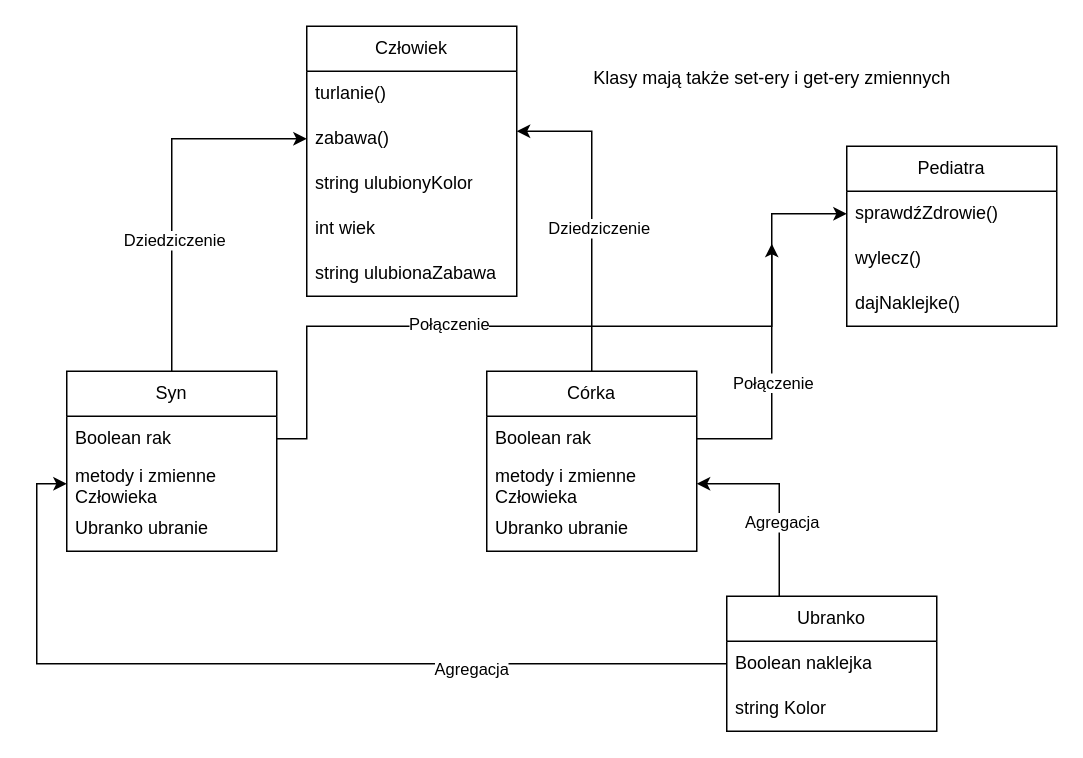
The draw.io diagram PSiO lab 4 - diagram.drawio in JanMaciuk/PSiO_Lab_4, before the edit. Source tidied: cells renumbered, new cells numbered last; positions are measured from the earlier drawing's top-left corner, leaving out a move shared by most shapes. Both pictures are drawn from the tidied source at 150%, with x=0, y=0 at pixel (66, 26).
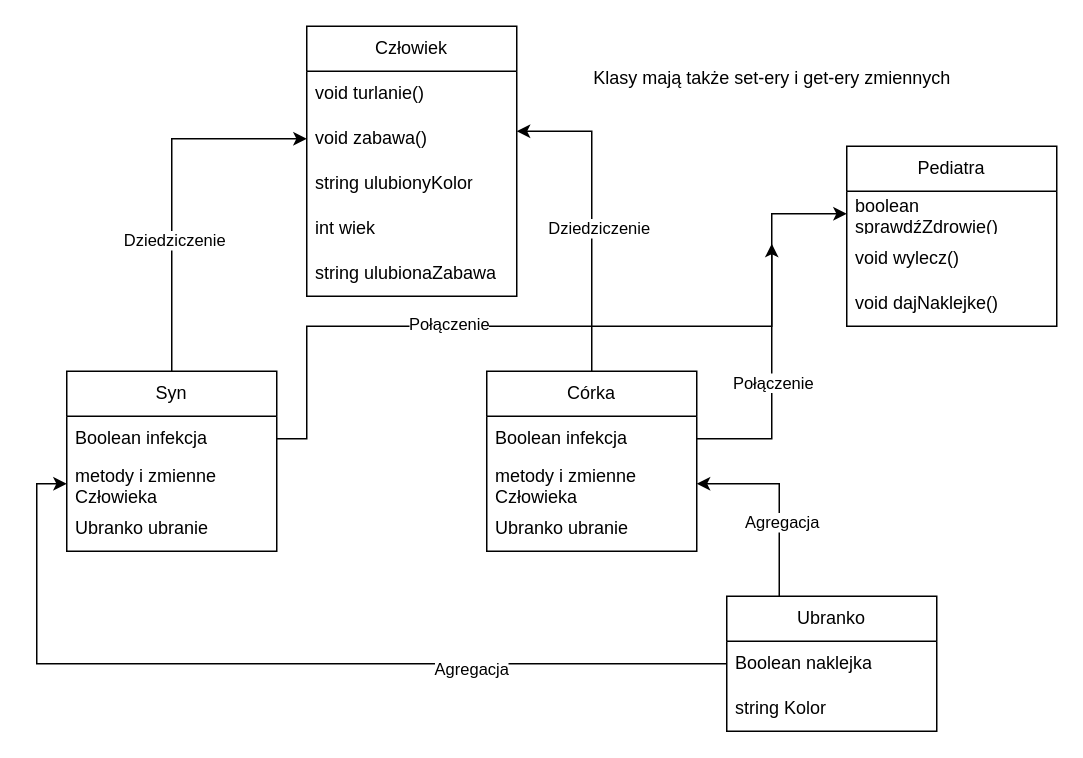
Above is the later version.

Unchanged cells that the change refers to:
```xml
<mxCell id="2" value="Człowiek" style="swimlane;fontStyle=0;horizontal=1;startSize=30;whiteSpace=wrap;html=1;" parent="1" vertex="1">
  <mxGeometry x="160" width="140" height="180" as="geometry" />
</mxCell>
<mxCell id="10" value="Syn" style="swimlane;fontStyle=0;horizontal=1;startSize=30;whiteSpace=wrap;html=1;" parent="1" vertex="1">
  <mxGeometry y="230" width="140" height="120" as="geometry" />
</mxCell>
<mxCell id="16" value="Córka" style="swimlane;fontStyle=0;horizontal=1;startSize=30;whiteSpace=wrap;html=1;" parent="1" vertex="1">
  <mxGeometry x="280" y="230" width="140" height="120" as="geometry" />
</mxCell>
<mxCell id="20" value="Pediatra" style="swimlane;fontStyle=0;horizontal=1;startSize=30;whiteSpace=wrap;html=1;" parent="1" vertex="1">
  <mxGeometry x="520" y="80" width="140" height="120" as="geometry" />
</mxCell>
```

Diff of the diagram source:
```diff
@@
-    <mxCell id="3" value="turlanie()" style="text;strokeColor=none;fillColor=none;align=left;verticalAlign=middle;spacingLeft=4;spacingRight=4;overflow=hidden;whiteSpace=wrap;html=1;" parent="2" vertex="1">
+    <mxCell id="3" value="void turlanie()" style="text;strokeColor=none;fillColor=none;align=left;verticalAlign=middle;spacingLeft=4;spacingRight=4;overflow=hidden;whiteSpace=wrap;html=1;" parent="2" vertex="1">
       <mxGeometry y="30" width="140" height="30" as="geometry" />
     </mxCell>
-    <mxCell id="4" value="zabawa()" style="text;strokeColor=none;fillColor=none;align=left;verticalAlign=middle;spacingLeft=4;spacingRight=4;overflow=hidden;points=[[0,0.5],[1,0.5]];portConstraint=eastwest;whiteSpace=wrap;html=1;" parent="2" vertex="1">
+    <mxCell id="4" value="void zabawa()" style="text;strokeColor=none;fillColor=none;align=left;verticalAlign=middle;spacingLeft=4;spacingRight=4;overflow=hidden;points=[[0,0.5],[1,0.5]];portConstraint=eastwest;whiteSpace=wrap;html=1;" parent="2" vertex="1">
       <mxGeometry y="60" width="140" height="30" as="geometry" />
     </mxCell>
@@
-    <mxCell id="11" value="Boolean rak" style="text;strokeColor=none;fillColor=none;align=left;verticalAlign=middle;spacingLeft=4;spacingRight=4;overflow=hidden;points=[[0,0.5],[1,0.5]];portConstraint=eastwest;whiteSpace=wrap;html=1;" parent="10" vertex="1">
+    <mxCell id="11" value="Boolean infekcja" style="text;strokeColor=none;fillColor=none;align=left;verticalAlign=middle;spacingLeft=4;spacingRight=4;overflow=hidden;points=[[0,0.5],[1,0.5]];portConstraint=eastwest;whiteSpace=wrap;html=1;" parent="10" vertex="1">
       <mxGeometry y="30" width="140" height="30" as="geometry" />
     </mxCell>
@@
-    <mxCell id="17" value="Boolean rak" style="text;strokeColor=none;fillColor=none;align=left;verticalAlign=middle;spacingLeft=4;spacingRight=4;overflow=hidden;points=[[0,0.5],[1,0.5]];portConstraint=eastwest;whiteSpace=wrap;html=1;" parent="16" vertex="1">
+    <mxCell id="17" value="Boolean infekcja" style="text;strokeColor=none;fillColor=none;align=left;verticalAlign=middle;spacingLeft=4;spacingRight=4;overflow=hidden;points=[[0,0.5],[1,0.5]];portConstraint=eastwest;whiteSpace=wrap;html=1;" parent="16" vertex="1">
       <mxGeometry y="30" width="140" height="30" as="geometry" />
     </mxCell>
@@
-    <mxCell id="21" value="sprawdźZdrowie()" style="text;strokeColor=none;fillColor=none;align=left;verticalAlign=middle;spacingLeft=4;spacingRight=4;overflow=hidden;points=[[0,0.5],[1,0.5]];portConstraint=eastwest;whiteSpace=wrap;html=1;" parent="20" vertex="1">
+    <mxCell id="21" value="boolean sprawdźZdrowie()" style="text;strokeColor=none;fillColor=none;align=left;verticalAlign=middle;spacingLeft=4;spacingRight=4;overflow=hidden;points=[[0,0.5],[1,0.5]];portConstraint=eastwest;whiteSpace=wrap;html=1;" parent="20" vertex="1">
       <mxGeometry y="30" width="140" height="30" as="geometry" />
     </mxCell>
-    <mxCell id="22" value="wylecz()" style="text;strokeColor=none;fillColor=none;align=left;verticalAlign=middle;spacingLeft=4;spacingRight=4;overflow=hidden;whiteSpace=wrap;html=1;" parent="20" vertex="1">
+    <mxCell id="22" value="void wylecz()" style="text;strokeColor=none;fillColor=none;align=left;verticalAlign=middle;spacingLeft=4;spacingRight=4;overflow=hidden;whiteSpace=wrap;html=1;" parent="20" vertex="1">
       <mxGeometry y="60" width="140" height="30" as="geometry" />
     </mxCell>
-    <mxCell id="23" value="dajNaklejke()" style="text;strokeColor=none;fillColor=none;align=left;verticalAlign=middle;spacingLeft=4;spacingRight=4;overflow=hidden;whiteSpace=wrap;html=1;" parent="20" vertex="1">
+    <mxCell id="23" value="void dajNaklejke()" style="text;strokeColor=none;fillColor=none;align=left;verticalAlign=middle;spacingLeft=4;spacingRight=4;overflow=hidden;whiteSpace=wrap;html=1;" parent="20" vertex="1">
       <mxGeometry y="90" width="140" height="30" as="geometry" />
     </mxCell>
```
